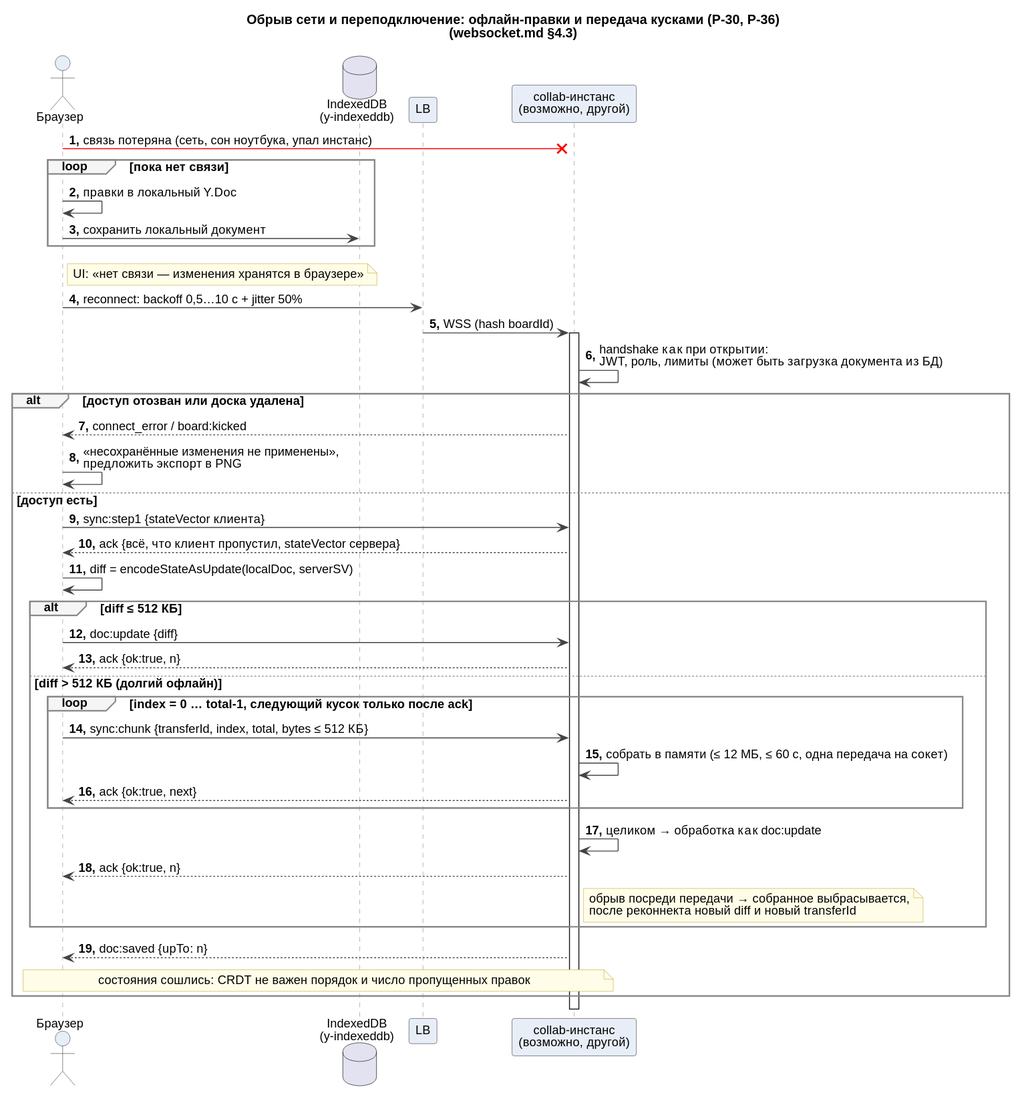
Before: docs/system-design/sequences/detailed/03-reconnect.svg, a diagram exported from PlantUML (fanera-team/fanera). Its diagram source:
```plantuml
@startuml
!include ../_style.iuml
title Обрыв сети и переподключение: офлайн-правки и передача кусками (Р-30, Р-36)\n(websocket.md §4.3)

actor "Браузер" as C
database "IndexedDB\n(y-indexeddb)" as IDB
participant "LB" as LB
participant "collab-инстанс\n(возможно, другой)" as COL

C -[#red]x COL : связь потеряна (сеть, сон ноутбука, упал инстанс)

loop пока нет связи
  C -> C : правки в локальный Y.Doc
  C -> IDB : сохранить локальный документ
end
note right of C : UI: «нет связи — изменения хранятся в браузере»

C -> LB : reconnect: backoff 0,5…10 с + jitter 50%
LB -> COL : WSS (hash boardId)
activate COL
COL -> COL : handshake как при открытии:\nJWT, роль, лимиты (может быть загрузка документа из БД)

alt доступ отозван или доска удалена
  COL --> C : connect_error / board:kicked
  C -> C : «несохранённые изменения не применены»,\nпредложить экспорт в PNG
else доступ есть
  C -> COL : sync:step1 {stateVector клиента}
  COL --> C : ack {всё, что клиент пропустил, stateVector сервера}
  C -> C : diff = encodeStateAsUpdate(localDoc, serverSV)

  alt diff ≤ 512 КБ
    C -> COL : doc:update {diff}
    COL --> C : ack {ok:true, n}
  else diff > 512 КБ (долгий офлайн)
    loop index = 0 … total-1, следующий кусок только после ack
      C -> COL : sync:chunk {transferId, index, total, bytes ≤ 512 КБ}
      COL -> COL : собрать в памяти (≤ 12 МБ, ≤ 60 с, одна передача на сокет)
      COL --> C : ack {ok:true, next}
    end
    COL -> COL : целиком → обработка как doc:update
    COL --> C : ack {ok:true, n}
    note right of COL : обрыв посреди передачи → собранное выбрасывается,\nпосле реконнекта новый diff и новый transferId
  end
  COL --> C : doc:saved {upTo: n}
  note over C, COL : состояния сошлись: CRDT не важен порядок и число пропущенных правок
end
deactivate COL
@enduml
```
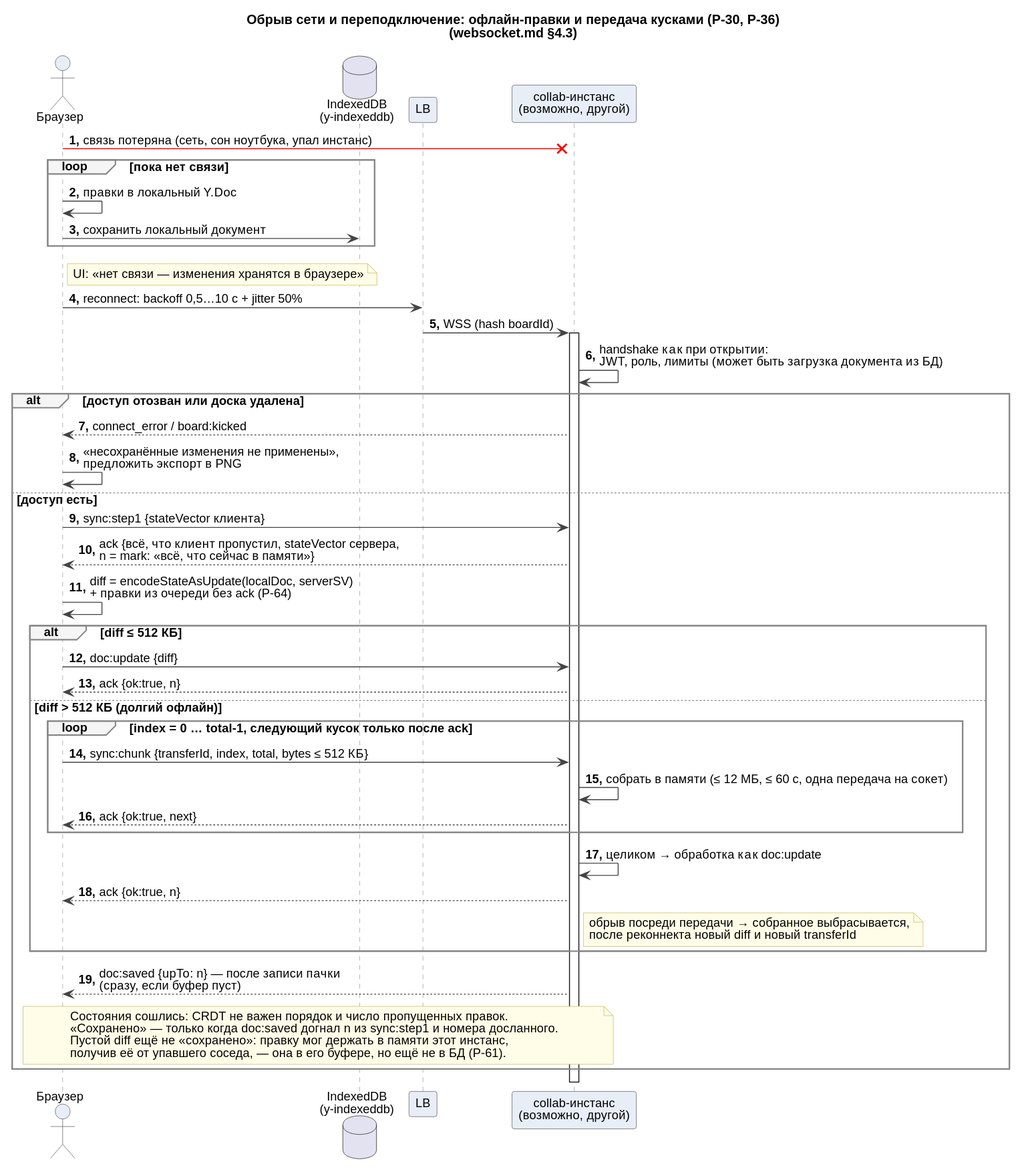
Later version of the same file.

Diff of the diagram source:
```diff
@@ -25,8 +25,8 @@
   C -> C : «несохранённые изменения не применены»,\nпредложить экспорт в PNG
 else доступ есть
   C -> COL : sync:step1 {stateVector клиента}
-  COL --> C : ack {всё, что клиент пропустил, stateVector сервера}
-  C -> C : diff = encodeStateAsUpdate(localDoc, serverSV)
+  COL --> C : ack {всё, что клиент пропустил, stateVector сервера,\nn = mark: «всё, что сейчас в памяти»}
+  C -> C : diff = encodeStateAsUpdate(localDoc, serverSV)\n+ правки из очереди без ack (Р-64)
 
   alt diff ≤ 512 КБ
     C -> COL : doc:update {diff}
@@ -41,8 +41,13 @@
     COL --> C : ack {ok:true, n}
     note right of COL : обрыв посреди передачи → собранное выбрасывается,\nпосле реконнекта новый diff и новый transferId
   end
-  COL --> C : doc:saved {upTo: n}
-  note over C, COL : состояния сошлись: CRDT не важен порядок и число пропущенных правок
+  COL --> C : doc:saved {upTo: n} — после записи пачки\n(сразу, если буфер пуст)
+  note over C, COL
+    Состояния сошлись: CRDT не важен порядок и число пропущенных правок.
+    «Сохранено» — только когда doc:saved догнал n из sync:step1 и номера досланного.
+    Пустой diff ещё не «сохранено»: правку мог держать в памяти этот инстанс,
+    получив её от упавшего соседа, — она в его буфере, но ещё не в БД (Р-61).
+  end note
 end
 deactivate COL
 @enduml
```
